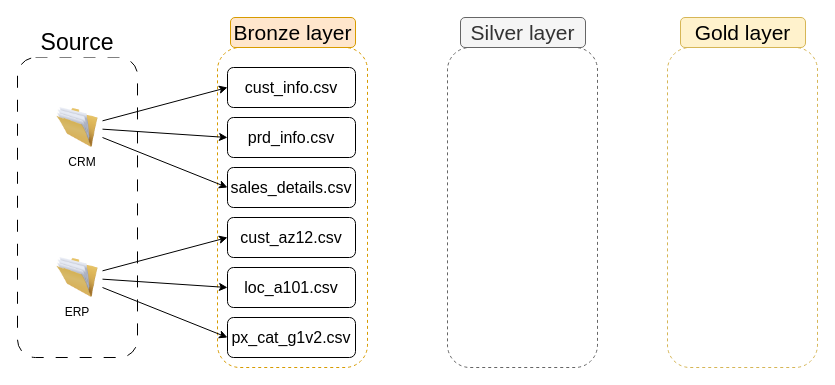
Earlier version of the draw.io diagram flowcharts/data_flow.drawio (LuitelDavid/SQL-datawarehouse-project). Source tidied: cells renumbered, new cells numbered last; positions are measured from the earlier drawing's top-left corner, leaving out a move shared by most shapes. Both pictures are drawn from the tidied source at 100%, with x=0, y=0 at pixel (17, 17).
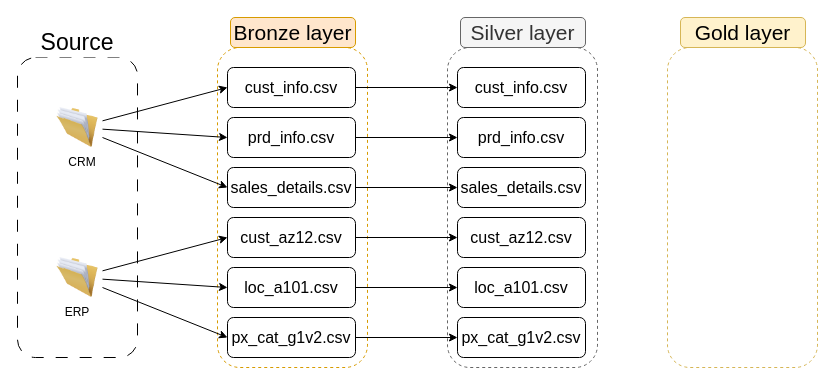
The same page after the edit.

Commit message (it also covers changes not shown here):
completed the silver layer and make flowcharts ecplaining the relation between the tables and data flow

The change refers to these unchanged cells:
```xml
<mxCell id="20" value="&lt;font style=&quot;font-size: 16px;&quot;&gt;cust_info.csv&lt;/font&gt;" style="rounded=1;whiteSpace=wrap;html=1;" parent="1" vertex="1">
  <mxGeometry x="210" y="50" width="128" height="40" as="geometry" />
</mxCell>
<mxCell id="21" value="&lt;font style=&quot;font-size: 16px;&quot;&gt;prd_info.csv&lt;/font&gt;" style="rounded=1;whiteSpace=wrap;html=1;" parent="1" vertex="1">
  <mxGeometry x="210" y="100" width="128" height="40" as="geometry" />
</mxCell>
<mxCell id="22" value="&lt;font style=&quot;font-size: 16px;&quot;&gt;sales_details.csv&lt;/font&gt;" style="rounded=1;whiteSpace=wrap;html=1;" parent="1" vertex="1">
  <mxGeometry x="210" y="150" width="128" height="40" as="geometry" />
</mxCell>
<mxCell id="23" value="&lt;font style=&quot;font-size: 16px;&quot;&gt;cust_az12.csv&lt;/font&gt;" style="rounded=1;whiteSpace=wrap;html=1;" parent="1" vertex="1">
  <mxGeometry x="210" y="200" width="128" height="40" as="geometry" />
</mxCell>
<mxCell id="24" value="&lt;font style=&quot;font-size: 16px;&quot;&gt;loc_a101.csv&lt;/font&gt;" style="rounded=1;whiteSpace=wrap;html=1;" parent="1" vertex="1">
  <mxGeometry x="210" y="250" width="128" height="40" as="geometry" />
</mxCell>
<mxCell id="25" value="&lt;font style=&quot;font-size: 16px;&quot;&gt;px_cat_g1v2.csv&lt;/font&gt;" style="rounded=1;whiteSpace=wrap;html=1;" parent="1" vertex="1">
  <mxGeometry x="210" y="300" width="128" height="40" as="geometry" />
</mxCell>
```

What changed in the source:
```diff
@@
+    <mxCell id="26" style="edgeStyle=none;html=1;entryX=0;entryY=0.5;entryDx=0;entryDy=0;" parent="1" edge="1" source="20" target="32">
+      <mxGeometry relative="1" as="geometry" />
+    </mxCell>
@@
+    <mxCell id="27" style="edgeStyle=none;html=1;entryX=0;entryY=0.5;entryDx=0;entryDy=0;" parent="1" edge="1" source="21" target="33">
+      <mxGeometry relative="1" as="geometry" />
+    </mxCell>
@@
+    <mxCell id="28" style="edgeStyle=none;html=1;" parent="1" edge="1" source="22" target="34">
+      <mxGeometry relative="1" as="geometry" />
+    </mxCell>
@@
+    <mxCell id="29" style="edgeStyle=none;html=1;" parent="1" edge="1" source="23" target="35">
+      <mxGeometry relative="1" as="geometry" />
+    </mxCell>
@@
+    <mxCell id="30" style="edgeStyle=none;html=1;" parent="1" edge="1" source="24" target="36">
+      <mxGeometry relative="1" as="geometry" />
+    </mxCell>
@@
+    <mxCell id="31" style="edgeStyle=none;html=1;entryX=0;entryY=0.5;entryDx=0;entryDy=0;" parent="1" edge="1" source="25" target="37">
+      <mxGeometry relative="1" as="geometry" />
+    </mxCell>
@@
+    <mxCell id="32" value="&lt;font style=&quot;font-size: 16px;&quot;&gt;cust_info.csv&lt;/font&gt;" style="rounded=1;whiteSpace=wrap;html=1;" parent="1" vertex="1">
+      <mxGeometry x="440" y="50" width="128" height="40" as="geometry" />
+    </mxCell>
+    <mxCell id="33" value="&lt;font style=&quot;font-size: 16px;&quot;&gt;prd_info.csv&lt;/font&gt;" style="rounded=1;whiteSpace=wrap;html=1;" parent="1" vertex="1">
+      <mxGeometry x="440" y="100" width="128" height="40" as="geometry" />
+    </mxCell>
+    <mxCell id="34" value="&lt;font style=&quot;font-size: 16px;&quot;&gt;sales_details.csv&lt;/font&gt;" style="rounded=1;whiteSpace=wrap;html=1;" parent="1" vertex="1">
+      <mxGeometry x="440" y="150" width="128" height="40" as="geometry" />
+    </mxCell>
+    <mxCell id="35" value="&lt;font style=&quot;font-size: 16px;&quot;&gt;cust_az12.csv&lt;/font&gt;" style="rounded=1;whiteSpace=wrap;html=1;" parent="1" vertex="1">
+      <mxGeometry x="440" y="200" width="128" height="40" as="geometry" />
+    </mxCell>
+    <mxCell id="36" value="&lt;font style=&quot;font-size: 16px;&quot;&gt;loc_a101.csv&lt;/font&gt;" style="rounded=1;whiteSpace=wrap;html=1;" parent="1" vertex="1">
+      <mxGeometry x="440" y="250" width="128" height="40" as="geometry" />
+    </mxCell>
+    <mxCell id="37" value="&lt;font style=&quot;font-size: 16px;&quot;&gt;px_cat_g1v2.csv&lt;/font&gt;" style="rounded=1;whiteSpace=wrap;html=1;" parent="1" vertex="1">
+      <mxGeometry x="440" y="300" width="128" height="40" as="geometry" />
+    </mxCell>
```
